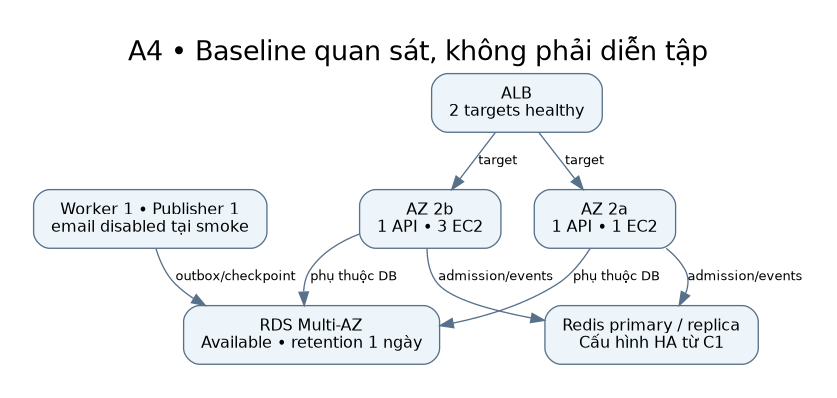
Above: docs/assessment/architecture/a4/diagrams/rendered/a4-01-baseline.png in tuanngthuet/CloudCompuAssignment (Graphviz), before the change. Its source is kept beside it as docs/assessment/architecture/a4/diagrams/a4-01-baseline.dot.
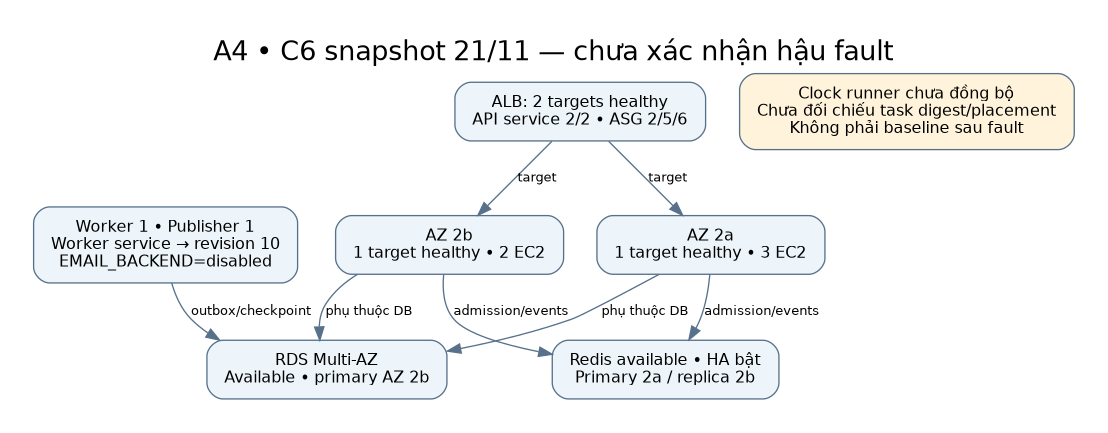
Later version of the same file.

Change to the diagram source:
```diff
@@ -1,13 +1,13 @@
 digraph G {
-graph [rankdir=TB, bgcolor="#ffffff", pad="0.35", nodesep="0.35", ranksep="0.45", fontname="DejaVu Sans", fontsize=20, labelloc=t, label="A4 • Baseline quan sát, không phải diễn tập"];
+graph [rankdir=TB, bgcolor="#ffffff", pad="0.35", nodesep="0.35", ranksep="0.45", fontname="DejaVu Sans", fontsize=20, labelloc=t, label="A4 • C6 snapshot 21/11 — chưa xác nhận hậu fault"];
 node [shape=box, style="rounded,filled", fillcolor="#edf5fa", color="#58718a", fontname="DejaVu Sans", fontsize=12, margin="0.18,0.13"];
 edge [color="#58718a", fontname="DejaVu Sans", fontsize=10];
-alb [label="ALB\n2 targets healthy"];
-a [label="AZ 2a\n1 API • 1 EC2"];
-b [label="AZ 2b\n1 API • 3 EC2"];
-db [label="RDS Multi-AZ\nAvailable • retention 1 ngày"];
-redis [label="Redis primary / replica\nCấu hình HA từ C1"];
-bg [label="Worker 1 • Publisher 1\nemail disabled tại smoke"];
+alb [label="ALB: 2 targets healthy\nAPI service 2/2 • ASG 2/5/6"];
+a [label="AZ 2a\n1 target healthy • 3 EC2"];
+b [label="AZ 2b\n1 target healthy • 2 EC2"];
+db [label="RDS Multi-AZ\nAvailable • primary AZ 2b"];
+redis [label="Redis available • HA bật\nPrimary 2a / replica 2b"];
+bg [label="Worker 1 • Publisher 1\nWorker service → revision 10\nEMAIL_BACKEND=disabled"];
 alb -> a [label="target"];
 alb -> b [label="target"];
 a -> db [label="phụ thuộc DB"];
@@ -15,4 +15,5 @@
 a -> redis [label="admission/events"];
 b -> redis [label="admission/events"];
 bg -> db [label="outbox/checkpoint"];
+note [label="Clock runner chưa đồng bộ\nChưa đối chiếu task digest/placement\nKhông phải baseline sau fault", fillcolor="#fff4db"];
 }
```
